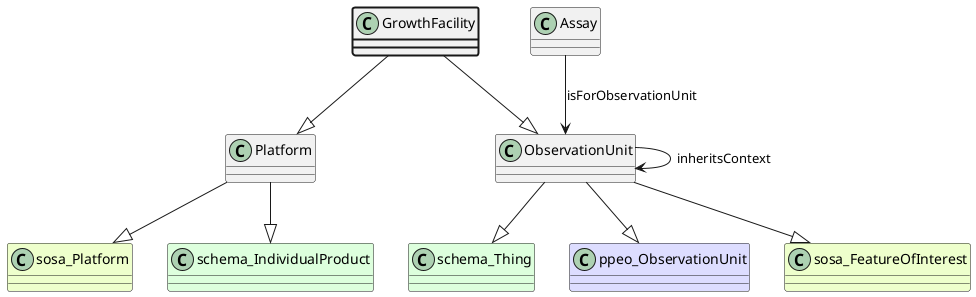
The PlantUML diagram ttl_uml/ttl_appn_GrowthFacility.png in aus-plant-phenomics-network/appn-schema, before a commit.
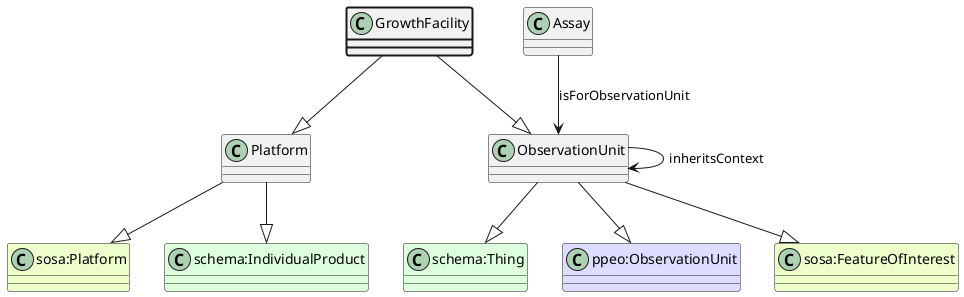
Later version of the same file.

What changed in the source:
```diff
@@ -1,18 +1,18 @@
 @startuml
 class GrowthFacility  #line.bold
 class Platform
-class sosa_Platform #EEFFCC
-Platform --|> sosa_Platform
-class schema_IndividualProduct #DDFFDD
-Platform --|> schema_IndividualProduct
+class "sosa:Platform" #EEFFCC
+Platform --|> "sosa:Platform"
+class "schema:IndividualProduct" #DDFFDD
+Platform --|> "schema:IndividualProduct"
 GrowthFacility --|> Platform
 class ObservationUnit
-class schema_Thing #DDFFDD
-ObservationUnit --|> schema_Thing
-class ppeo_ObservationUnit #DDDDFF
-ObservationUnit --|> ppeo_ObservationUnit
-class sosa_FeatureOfInterest #EEFFCC
-ObservationUnit --|> sosa_FeatureOfInterest
+class "schema:Thing" #DDFFDD
+ObservationUnit --|> "schema:Thing"
+class "ppeo:ObservationUnit" #DDDDFF
+ObservationUnit --|> "ppeo:ObservationUnit"
+class "sosa:FeatureOfInterest" #EEFFCC
+ObservationUnit --|> "sosa:FeatureOfInterest"
 class Assay
 Assay --> ObservationUnit : isForObservationUnit
 class ObservationUnit
```
